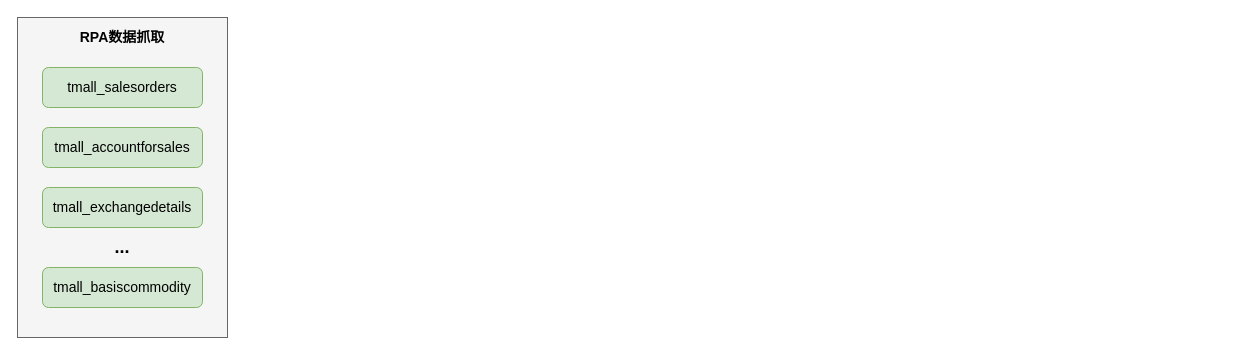
This is flow.drawio from superjoeye/adhoc, a draw.io file, before an edit. Source tidied: cells renumbered, new cells numbered last; positions are measured from the earlier drawing's top-left corner, leaving out a move shared by most shapes. Both pictures are drawn from the tidied source at 100%, with x=0, y=0 at pixel (17, 17).
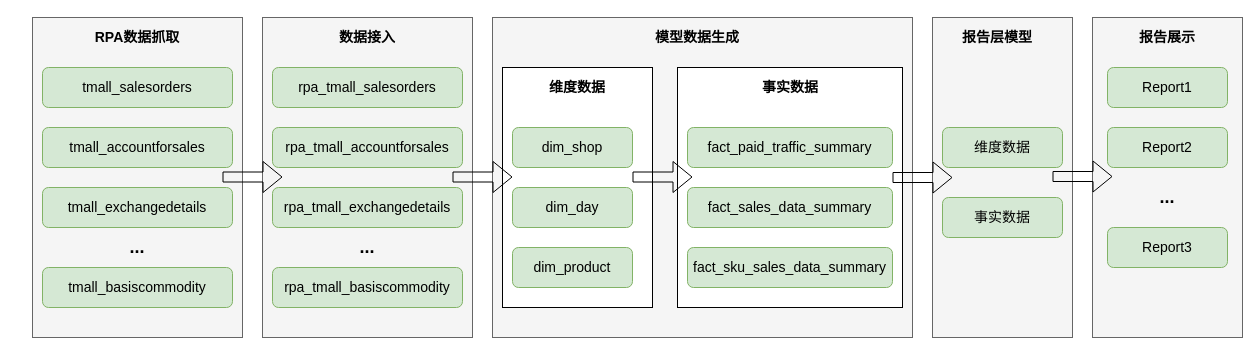
Above is the later version.

The edit, as a diff of the source:
```diff
@@
+    <mxCell id="9" style="rounded=0;whiteSpace=wrap;html=1;fillColor=#f5f5f5;strokeColor=#666666;fontColor=#333333;" parent="1" vertex="1">
+      <mxGeometry x="475" width="420" height="320" as="geometry" />
+    </mxCell>
+    <mxCell id="10" style="rounded=0;whiteSpace=wrap;html=1;" parent="1" vertex="1">
+      <mxGeometry x="485" y="50" width="150" height="240" as="geometry" />
+    </mxCell>
     <mxCell id="2" style="rounded=0;whiteSpace=wrap;html=1;fillColor=#f5f5f5;strokeColor=#666666;fontColor=#333333;" parent="1" vertex="1">
-      <mxGeometry width="210" height="320" as="geometry" />
+      <mxGeometry x="15" width="210" height="320" as="geometry" />
     </mxCell>
     <mxCell id="3" value="&lt;font style=&quot;font-size: 14px&quot;&gt;tmall_salesorders&lt;/font&gt;" style="rounded=1;whiteSpace=wrap;html=1;fillColor=#d5e8d4;strokeColor=#82b366;" parent="1" vertex="1">
-      <mxGeometry x="25" y="50" width="160" height="40" as="geometry" />
+      <mxGeometry x="25" y="50" width="190" height="40" as="geometry" />
     </mxCell>
     <mxCell id="4" value="&lt;font style=&quot;font-size: 14px&quot;&gt;&lt;b&gt;RPA数据抓取&lt;/b&gt;&lt;/font&gt;" style="text;html=1;strokeColor=none;fillColor=none;align=center;verticalAlign=middle;whiteSpace=wrap;rounded=0;" parent="1" vertex="1">
-      <mxGeometry x="50" y="10" width="110" height="20" as="geometry" />
+      <mxGeometry x="65" y="10" width="110" height="20" as="geometry" />
     </mxCell>
     <mxCell id="5" value="&lt;font style=&quot;font-size: 14px&quot;&gt;tmall_accountforsales&lt;/font&gt;" style="rounded=1;whiteSpace=wrap;html=1;fillColor=#d5e8d4;strokeColor=#82b366;" parent="1" vertex="1">
-      <mxGeometry x="25" y="110" width="160" height="40" as="geometry" />
+      <mxGeometry x="25" y="110" width="190" height="40" as="geometry" />
     </mxCell>
     <mxCell id="6" value="&lt;font style=&quot;font-size: 14px&quot;&gt;tmall_exchangedetails&lt;/font&gt;" style="rounded=1;whiteSpace=wrap;html=1;fillColor=#d5e8d4;strokeColor=#82b366;" parent="1" vertex="1">
-      <mxGeometry x="25" y="170" width="160" height="40" as="geometry" />
+      <mxGeometry x="25" y="170" width="190" height="40" as="geometry" />
     </mxCell>
     <mxCell id="7" value="&lt;b&gt;&lt;font style=&quot;font-size: 18px&quot;&gt;...&lt;/font&gt;&lt;/b&gt;" style="text;html=1;strokeColor=none;fillColor=none;align=center;verticalAlign=middle;whiteSpace=wrap;rounded=0;" parent="1" vertex="1">
-      <mxGeometry x="85" y="220" width="40" height="20" as="geometry" />
+      <mxGeometry x="100" y="220" width="40" height="20" as="geometry" />
     </mxCell>
     <mxCell id="8" value="&lt;font style=&quot;font-size: 14px&quot;&gt;tmall_basiscommodity&lt;/font&gt;" style="rounded=1;whiteSpace=wrap;html=1;fillColor=#d5e8d4;strokeColor=#82b366;" parent="1" vertex="1">
-      <mxGeometry x="25" y="250" width="160" height="40" as="geometry" />
+      <mxGeometry x="25" y="250" width="190" height="40" as="geometry" />
     </mxCell>
+    <mxCell id="11" style="rounded=0;whiteSpace=wrap;html=1;fillColor=#f5f5f5;strokeColor=#666666;fontColor=#333333;" parent="1" vertex="1">
+      <mxGeometry x="245" width="210" height="320" as="geometry" />
+    </mxCell>
+    <mxCell id="12" value="&lt;div style=&quot;text-align: left&quot;&gt;&lt;span style=&quot;font-size: 14px&quot;&gt;rpa_tmall_salesorders&lt;/span&gt;&lt;/div&gt;" style="rounded=1;whiteSpace=wrap;html=1;fillColor=#d5e8d4;strokeColor=#82b366;" parent="1" vertex="1">
+      <mxGeometry x="255" y="50" width="190" height="40" as="geometry" />
+    </mxCell>
+    <mxCell id="13" value="&lt;span style=&quot;font-size: 14px&quot;&gt;&lt;b&gt;数据接入&lt;/b&gt;&lt;/span&gt;" style="text;html=1;strokeColor=none;fillColor=none;align=center;verticalAlign=middle;whiteSpace=wrap;rounded=0;" parent="1" vertex="1">
+      <mxGeometry x="295" y="10" width="110" height="20" as="geometry" />
+    </mxCell>
+    <mxCell id="14" value="&lt;font style=&quot;font-size: 14px&quot;&gt;rpa_tmall_accountforsales&lt;/font&gt;" style="rounded=1;whiteSpace=wrap;html=1;fillColor=#d5e8d4;strokeColor=#82b366;" parent="1" vertex="1">
+      <mxGeometry x="255" y="110" width="190" height="40" as="geometry" />
+    </mxCell>
+    <mxCell id="15" value="&lt;font style=&quot;font-size: 14px&quot;&gt;rpa_tmall_exchangedetails&lt;/font&gt;" style="rounded=1;whiteSpace=wrap;html=1;fillColor=#d5e8d4;strokeColor=#82b366;" parent="1" vertex="1">
+      <mxGeometry x="255" y="170" width="190" height="40" as="geometry" />
+    </mxCell>
+    <mxCell id="16" value="&lt;b&gt;&lt;font style=&quot;font-size: 18px&quot;&gt;...&lt;/font&gt;&lt;/b&gt;" style="text;html=1;strokeColor=none;fillColor=none;align=center;verticalAlign=middle;whiteSpace=wrap;rounded=0;" parent="1" vertex="1">
+      <mxGeometry x="330" y="220" width="40" height="20" as="geometry" />
+    </mxCell>
+    <mxCell id="17" value="&lt;div style=&quot;text-align: left&quot;&gt;&lt;span style=&quot;font-size: 14px&quot;&gt;rpa_tmall_basiscommodity&lt;/span&gt;&lt;/div&gt;" style="rounded=1;whiteSpace=wrap;html=1;fillColor=#d5e8d4;strokeColor=#82b366;" parent="1" vertex="1">
+      <mxGeometry x="255" y="250" width="190" height="40" as="geometry" />
+    </mxCell>
+    <mxCell id="18" value="&lt;div style=&quot;text-align: left&quot;&gt;&lt;span&gt;&lt;font style=&quot;font-size: 14px&quot;&gt;dim_shop&lt;/font&gt;&lt;/span&gt;&lt;br&gt;&lt;/div&gt;" style="rounded=1;whiteSpace=wrap;html=1;fillColor=#d5e8d4;strokeColor=#82b366;" parent="1" vertex="1">
+      <mxGeometry x="495" y="110" width="120" height="40" as="geometry" />
+    </mxCell>
+    <mxCell id="19" value="&lt;span style=&quot;font-size: 14px&quot;&gt;&lt;b&gt;模型数据生成&lt;br&gt;&lt;/b&gt;&lt;/span&gt;" style="text;html=1;strokeColor=none;fillColor=none;align=center;verticalAlign=middle;whiteSpace=wrap;rounded=0;" parent="1" vertex="1">
+      <mxGeometry x="625" y="10" width="110" height="20" as="geometry" />
+    </mxCell>
+    <mxCell id="20" value="&lt;font style=&quot;font-size: 14px&quot;&gt;dim_day&lt;/font&gt;" style="rounded=1;whiteSpace=wrap;html=1;fillColor=#d5e8d4;strokeColor=#82b366;" parent="1" vertex="1">
+      <mxGeometry x="495" y="170" width="120" height="40" as="geometry" />
+    </mxCell>
+    <mxCell id="21" value="&lt;font style=&quot;font-size: 14px&quot;&gt;dim_product&lt;/font&gt;" style="rounded=1;whiteSpace=wrap;html=1;fillColor=#d5e8d4;strokeColor=#82b366;" parent="1" vertex="1">
+      <mxGeometry x="495" y="230" width="120" height="40" as="geometry" />
+    </mxCell>
+    <mxCell id="22" value="&lt;font style=&quot;font-size: 14px&quot;&gt;&lt;b&gt;维度数据&lt;/b&gt;&lt;/font&gt;" style="text;html=1;strokeColor=none;fillColor=none;align=center;verticalAlign=middle;whiteSpace=wrap;rounded=0;" parent="1" vertex="1">
+      <mxGeometry x="505" y="60" width="110" height="20" as="geometry" />
+    </mxCell>
+    <mxCell id="23" style="rounded=0;whiteSpace=wrap;html=1;" parent="1" vertex="1">
+      <mxGeometry x="660" y="50" width="225" height="240" as="geometry" />
+    </mxCell>
+    <mxCell id="24" value="&lt;div style=&quot;text-align: left&quot;&gt;&lt;span&gt;&lt;font style=&quot;font-size: 14px&quot;&gt;fact_paid_traffic_summary&lt;/font&gt;&lt;/span&gt;&lt;br&gt;&lt;/div&gt;" style="rounded=1;whiteSpace=wrap;html=1;fillColor=#d5e8d4;strokeColor=#82b366;" parent="1" vertex="1">
+      <mxGeometry x="670" y="110" width="205" height="40" as="geometry" />
+    </mxCell>
+    <mxCell id="25" value="&lt;font style=&quot;font-size: 14px&quot;&gt;fact_sales_data_summary&lt;/font&gt;" style="rounded=1;whiteSpace=wrap;html=1;fillColor=#d5e8d4;strokeColor=#82b366;" parent="1" vertex="1">
+      <mxGeometry x="670" y="170" width="205" height="40" as="geometry" />
+    </mxCell>
+    <mxCell id="26" value="&lt;font style=&quot;font-size: 14px&quot;&gt;fact_sku_sales_data_summary&lt;/font&gt;" style="rounded=1;whiteSpace=wrap;html=1;fillColor=#d5e8d4;strokeColor=#82b366;" parent="1" vertex="1">
+      <mxGeometry x="670" y="230" width="205" height="40" as="geometry" />
+    </mxCell>
+    <mxCell id="27" value="&lt;font style=&quot;font-size: 14px&quot;&gt;&lt;b&gt;事实数据&lt;/b&gt;&lt;/font&gt;" style="text;html=1;strokeColor=none;fillColor=none;align=center;verticalAlign=middle;whiteSpace=wrap;rounded=0;" parent="1" vertex="1">
+      <mxGeometry x="717.5" y="60" width="110" height="20" as="geometry" />
+    </mxCell>
+    <mxCell id="28" style="rounded=0;whiteSpace=wrap;html=1;fillColor=#f5f5f5;strokeColor=#666666;fontColor=#333333;" parent="1" vertex="1">
+      <mxGeometry x="915" width="140" height="320" as="geometry" />
+    </mxCell>
+    <mxCell id="29" value="&lt;span style=&quot;font-size: 14px&quot;&gt;&lt;b&gt;报告层模型&lt;br&gt;&lt;/b&gt;&lt;/span&gt;" style="text;html=1;strokeColor=none;fillColor=none;align=center;verticalAlign=middle;whiteSpace=wrap;rounded=0;" parent="1" vertex="1">
+      <mxGeometry x="925" y="10" width="110" height="20" as="geometry" />
+    </mxCell>
+    <mxCell id="30" style="rounded=0;whiteSpace=wrap;html=1;fillColor=#f5f5f5;strokeColor=#666666;fontColor=#333333;" parent="1" vertex="1">
+      <mxGeometry x="1075" width="150" height="320" as="geometry" />
+    </mxCell>
+    <mxCell id="31" value="&lt;span style=&quot;font-size: 14px&quot;&gt;&lt;b&gt;报告展示&lt;br&gt;&lt;/b&gt;&lt;/span&gt;" style="text;html=1;strokeColor=none;fillColor=none;align=center;verticalAlign=middle;whiteSpace=wrap;rounded=0;" parent="1" vertex="1">
+      <mxGeometry x="1095" y="10" width="110" height="20" as="geometry" />
+    </mxCell>
+    <mxCell id="32" value="&lt;div style=&quot;text-align: left&quot;&gt;&lt;span&gt;&lt;font style=&quot;font-size: 14px&quot;&gt;Report1&lt;/font&gt;&lt;/span&gt;&lt;br&gt;&lt;/div&gt;" style="rounded=1;whiteSpace=wrap;html=1;fillColor=#d5e8d4;strokeColor=#82b366;" parent="1" vertex="1">
+      <mxGeometry x="1090" y="50" width="120" height="40" as="geometry" />
+    </mxCell>
+    <mxCell id="33" value="&lt;div style=&quot;text-align: left&quot;&gt;&lt;span&gt;&lt;font style=&quot;font-size: 14px&quot;&gt;Report2&lt;/font&gt;&lt;/span&gt;&lt;/div&gt;" style="rounded=1;whiteSpace=wrap;html=1;fillColor=#d5e8d4;strokeColor=#82b366;" parent="1" vertex="1">
+      <mxGeometry x="1090" y="110" width="120" height="40" as="geometry" />
+    </mxCell>
+    <mxCell id="34" value="&lt;div style=&quot;text-align: left&quot;&gt;&lt;span&gt;&lt;font style=&quot;font-size: 14px&quot;&gt;Report3&lt;/font&gt;&lt;/span&gt;&lt;/div&gt;" style="rounded=1;whiteSpace=wrap;html=1;fillColor=#d5e8d4;strokeColor=#82b366;" parent="1" vertex="1">
+      <mxGeometry x="1090" y="210" width="120" height="40" as="geometry" />
+    </mxCell>
+    <mxCell id="35" value="&lt;b&gt;&lt;font style=&quot;font-size: 18px&quot;&gt;...&lt;/font&gt;&lt;/b&gt;" style="text;html=1;strokeColor=none;fillColor=none;align=center;verticalAlign=middle;whiteSpace=wrap;rounded=0;" parent="1" vertex="1">
+      <mxGeometry x="1130" y="170" width="40" height="20" as="geometry" />
+    </mxCell>
+    <mxCell id="36" value="&lt;span style=&quot;font-size: 14px&quot;&gt;维度数据&lt;/span&gt;" style="rounded=1;whiteSpace=wrap;html=1;fillColor=#d5e8d4;strokeColor=#82b366;" parent="1" vertex="1">
+      <mxGeometry x="925" y="110" width="120" height="40" as="geometry" />
+    </mxCell>
+    <mxCell id="37" value="&lt;div style=&quot;text-align: left&quot;&gt;&lt;span&gt;&lt;font style=&quot;font-size: 14px&quot;&gt;事实数据&lt;/font&gt;&lt;/span&gt;&lt;/div&gt;" style="rounded=1;whiteSpace=wrap;html=1;fillColor=#d5e8d4;strokeColor=#82b366;" parent="1" vertex="1">
+      <mxGeometry x="925" y="180" width="120" height="40" as="geometry" />
+    </mxCell>
+    <mxCell id="38" style="shape=flexArrow;endArrow=classic;html=1;" parent="1" edge="1">
+      <mxGeometry relative="1" as="geometry">
+        <mxPoint x="205" y="159.5" as="sourcePoint" />
+        <mxPoint x="265" y="159.5" as="targetPoint" />
+      </mxGeometry>
+    </mxCell>
+    <mxCell id="39" style="shape=flexArrow;endArrow=classic;html=1;" parent="1" edge="1">
+      <mxGeometry relative="1" as="geometry">
+        <mxPoint x="435" y="159.5" as="sourcePoint" />
+        <mxPoint x="495" y="159.5" as="targetPoint" />
+      </mxGeometry>
+    </mxCell>
+    <mxCell id="40" style="shape=flexArrow;endArrow=classic;html=1;" parent="1" edge="1">
+      <mxGeometry relative="1" as="geometry">
+        <mxPoint x="615" y="159.5" as="sourcePoint" />
+        <mxPoint x="675" y="159.5" as="targetPoint" />
+      </mxGeometry>
+    </mxCell>
+    <mxCell id="41" style="shape=flexArrow;endArrow=classic;html=1;" parent="1" edge="1">
+      <mxGeometry relative="1" as="geometry">
+        <mxPoint x="875" y="160" as="sourcePoint" />
+        <mxPoint x="935" y="160" as="targetPoint" />
+      </mxGeometry>
+    </mxCell>
+    <mxCell id="42" style="shape=flexArrow;endArrow=classic;html=1;" parent="1" edge="1">
+      <mxGeometry relative="1" as="geometry">
+        <mxPoint x="1035" y="159" as="sourcePoint" />
+        <mxPoint x="1095" y="159" as="targetPoint" />
+      </mxGeometry>
+    </mxCell>
```
